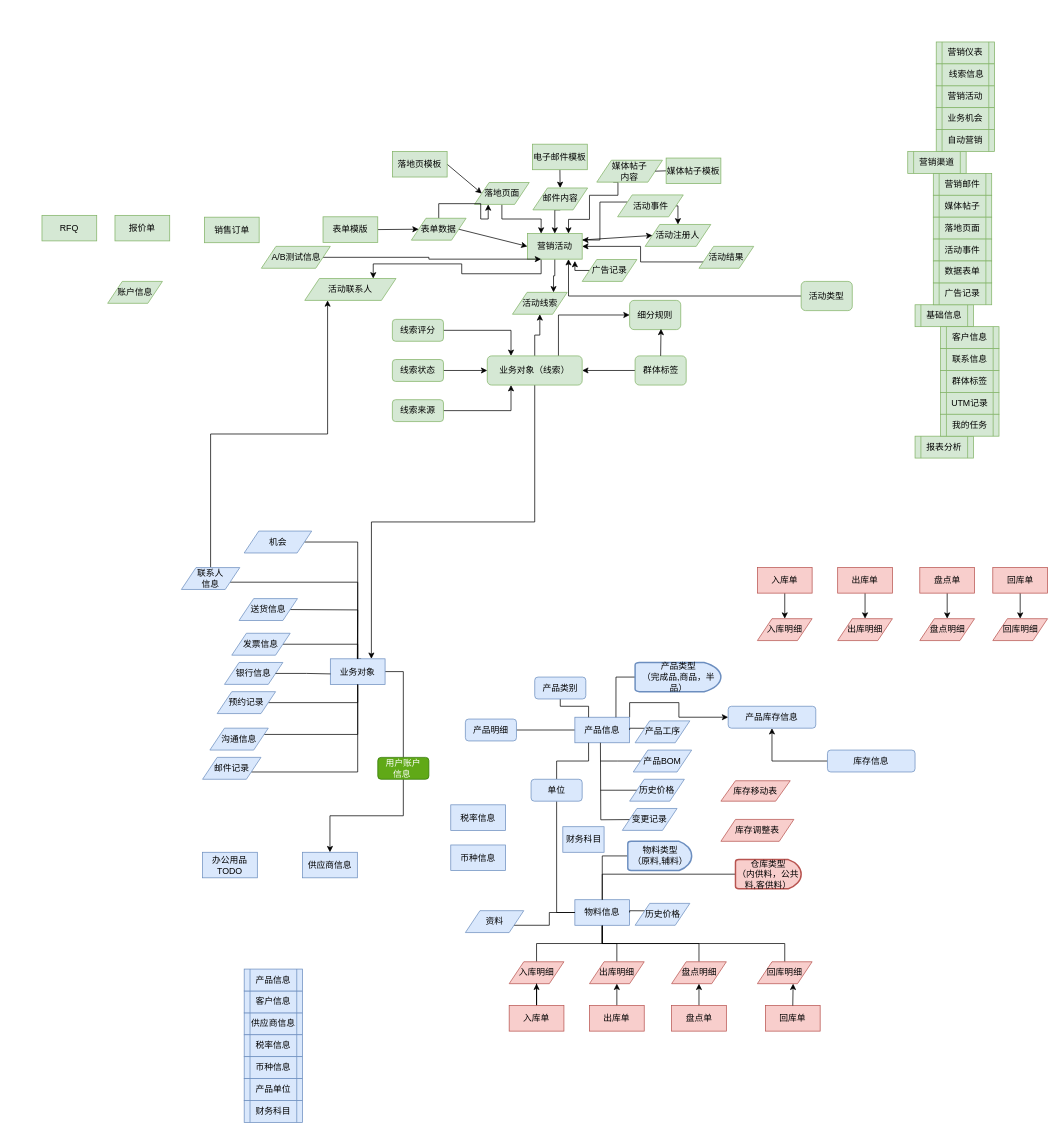
Before: page "ER" (1 of 8) of ERDiagram.drawio in sbosleo/sbosmobile, a draw.io diagram. Source tidied: cells renumbered, new cells numbered last; positions are measured from the earlier drawing's top-left corner, leaving out a move shared by most shapes. Both pictures are drawn from the tidied source at 73%, with x=0, y=0 at pixel (42, 42).
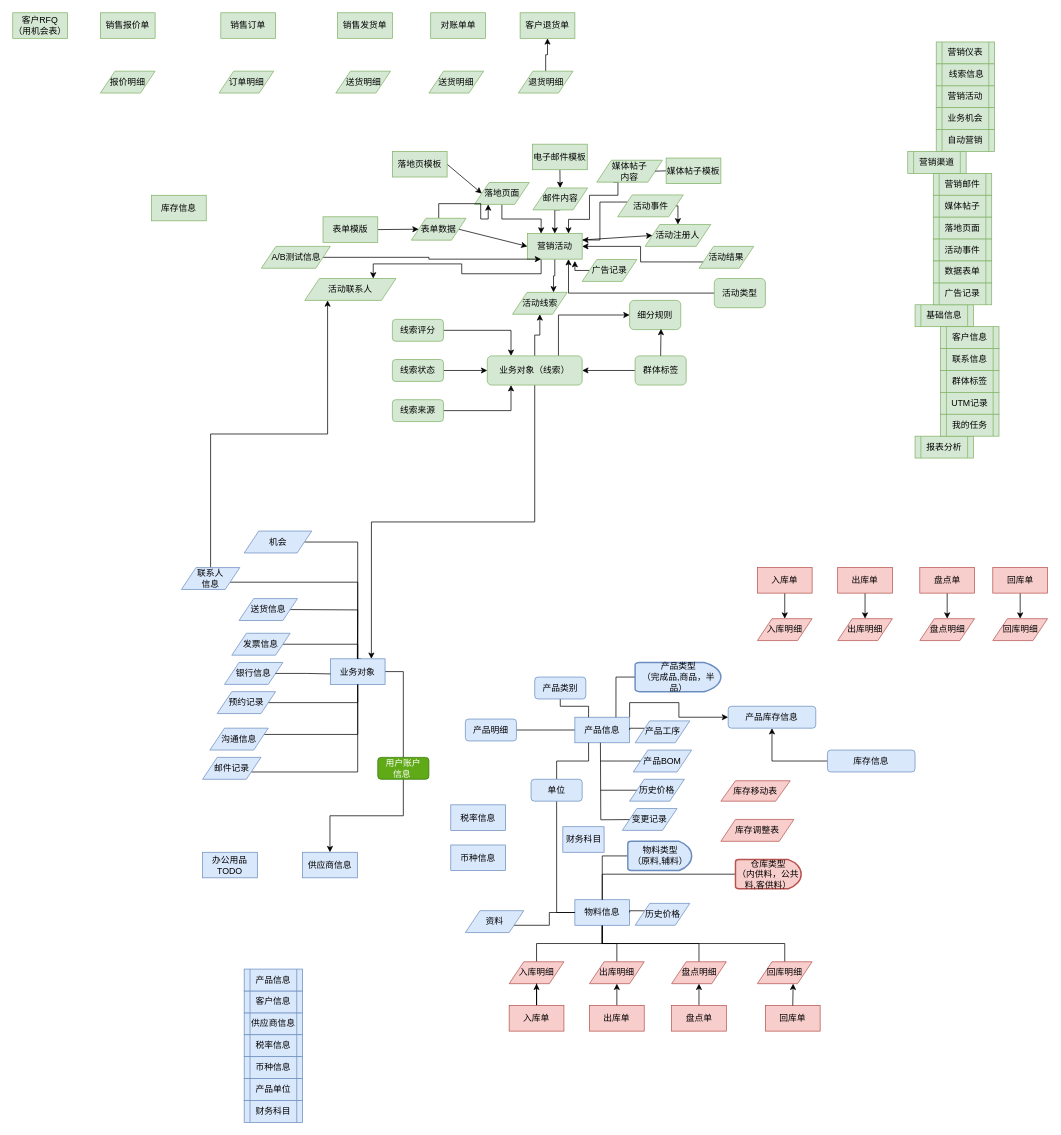
Above is the later version.

What changed in the source:
```diff
@@
     <mxCell id="98" value="活动类型" style="rounded=1;whiteSpace=wrap;html=1;fillColor=#d5e8d4;strokeColor=#82b366;" parent="1" vertex="1">
-      <mxGeometry x="1040" y="328" width="70" height="40" as="geometry" />
+      <mxGeometry x="921" y="324" width="70" height="40" as="geometry" />
     </mxCell>
@@
-    <mxCell id="168" value="RFQ" style="rounded=0;whiteSpace=wrap;html=1;fillColor=#d5e8d4;strokeColor=#82b366;" parent="1" vertex="1">
-      <mxGeometry y="237.5" width="75" height="35" as="geometry" />
+    <mxCell id="168" value="客户RFQ&lt;div&gt;（用机会表）&lt;/div&gt;" style="rounded=0;whiteSpace=wrap;html=1;fillColor=#d5e8d4;strokeColor=#82b366;" parent="1" vertex="1">
+      <mxGeometry x="-40" y="-40" width="75" height="35" as="geometry" />
     </mxCell>
-    <mxCell id="169" value="报价单" style="rounded=0;whiteSpace=wrap;html=1;fillColor=#d5e8d4;strokeColor=#82b366;" parent="1" vertex="1">
-      <mxGeometry x="100" y="237.5" width="75" height="35" as="geometry" />
+    <mxCell id="169" value="销售报价单" style="rounded=0;whiteSpace=wrap;html=1;fillColor=#d5e8d4;strokeColor=#82b366;" parent="1" vertex="1">
+      <mxGeometry x="80" y="-40" width="75" height="35" as="geometry" />
     </mxCell>
-    <mxCell id="170" value="销售订单" style="rounded=0;whiteSpace=wrap;html=1;fillColor=#d5e8d4;strokeColor=#82b366;" parent="1" vertex="1">
-      <mxGeometry x="222.5" y="240" width="75" height="35" as="geometry" />
+    <mxCell id="170" value="库存信息" style="rounded=0;whiteSpace=wrap;html=1;fillColor=#d5e8d4;strokeColor=#82b366;" parent="1" vertex="1">
+      <mxGeometry x="150" y="210" width="75" height="35" as="geometry" />
     </mxCell>
-    <mxCell id="171" value="账户信息" style="shape=parallelogram;perimeter=parallelogramPerimeter;whiteSpace=wrap;html=1;fixedSize=1;fillColor=#d5e8d4;strokeColor=#82b366;" parent="1" vertex="1">
-      <mxGeometry x="90" y="328" width="75" height="30" as="geometry" />
-    </mxCell>
+    <mxCell id="172" value="销售订单" style="rounded=0;whiteSpace=wrap;html=1;fillColor=#d5e8d4;strokeColor=#82b366;" parent="1" vertex="1">
+      <mxGeometry x="245" y="-40" width="75" height="35" as="geometry" />
+    </mxCell>
+    <mxCell id="173" value="报价明细" style="shape=parallelogram;perimeter=parallelogramPerimeter;whiteSpace=wrap;html=1;fixedSize=1;fillColor=#d5e8d4;strokeColor=#82b366;" parent="1" vertex="1">
+      <mxGeometry x="80" y="40" width="75" height="30" as="geometry" />
+    </mxCell>
+    <mxCell id="174" value="订单明细" style="shape=parallelogram;perimeter=parallelogramPerimeter;whiteSpace=wrap;html=1;fixedSize=1;fillColor=#d5e8d4;strokeColor=#82b366;" parent="1" vertex="1">
+      <mxGeometry x="242.5" y="40" width="75" height="30" as="geometry" />
+    </mxCell>
+    <mxCell id="175" value="销售发货单" style="rounded=0;whiteSpace=wrap;html=1;fillColor=#d5e8d4;strokeColor=#82b366;" parent="1" vertex="1">
+      <mxGeometry x="405" y="-40" width="75" height="35" as="geometry" />
+    </mxCell>
+    <mxCell id="176" value="送货明细" style="shape=parallelogram;perimeter=parallelogramPerimeter;whiteSpace=wrap;html=1;fixedSize=1;fillColor=#d5e8d4;strokeColor=#82b366;" parent="1" vertex="1">
+      <mxGeometry x="402.5" y="40" width="75" height="30" as="geometry" />
+    </mxCell>
+    <mxCell id="177" value="对账单单" style="rounded=0;whiteSpace=wrap;html=1;fillColor=#d5e8d4;strokeColor=#82b366;" parent="1" vertex="1">
+      <mxGeometry x="532.5" y="-40" width="75" height="35" as="geometry" />
+    </mxCell>
+    <mxCell id="178" value="送货明细" style="shape=parallelogram;perimeter=parallelogramPerimeter;whiteSpace=wrap;html=1;fixedSize=1;fillColor=#d5e8d4;strokeColor=#82b366;" parent="1" vertex="1">
+      <mxGeometry x="530" y="40" width="75" height="30" as="geometry" />
+    </mxCell>
+    <mxCell id="179" value="客户退货单" style="rounded=0;whiteSpace=wrap;html=1;fillColor=#d5e8d4;strokeColor=#82b366;" parent="1" vertex="1">
+      <mxGeometry x="655" y="-40" width="75" height="35" as="geometry" />
+    </mxCell>
+    <mxCell id="180" style="edgeStyle=orthogonalEdgeStyle;rounded=0;jettySize=auto;html=1;" parent="1" edge="1" source="181" target="179">
+      <mxGeometry relative="1" as="geometry" />
+    </mxCell>
+    <mxCell id="181" value="退货明细" style="shape=parallelogram;perimeter=parallelogramPerimeter;whiteSpace=wrap;html=1;fixedSize=1;fillColor=#d5e8d4;strokeColor=#82b366;" parent="1" vertex="1">
+      <mxGeometry x="652.5" y="40" width="75" height="30" as="geometry" />
+    </mxCell>
```
